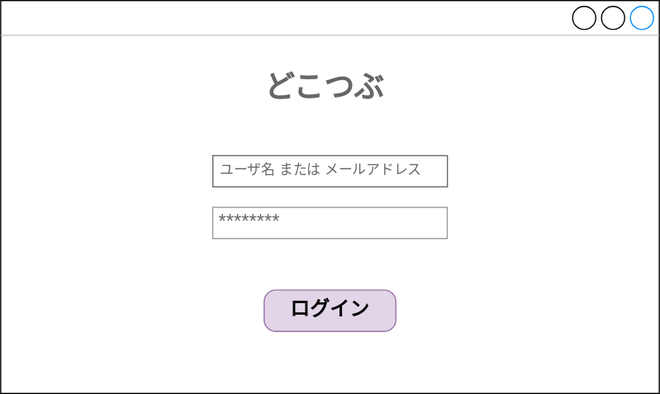
Earlier version of the draw.io export 画面設計.drawio.svg (Masaaki-Kobayashi-kccs/sampleRepo2). Source tidied: cells renumbered, new cells last; positions are measured from the earlier drawing's top-left corner, leaving out a move shared by most shapes.
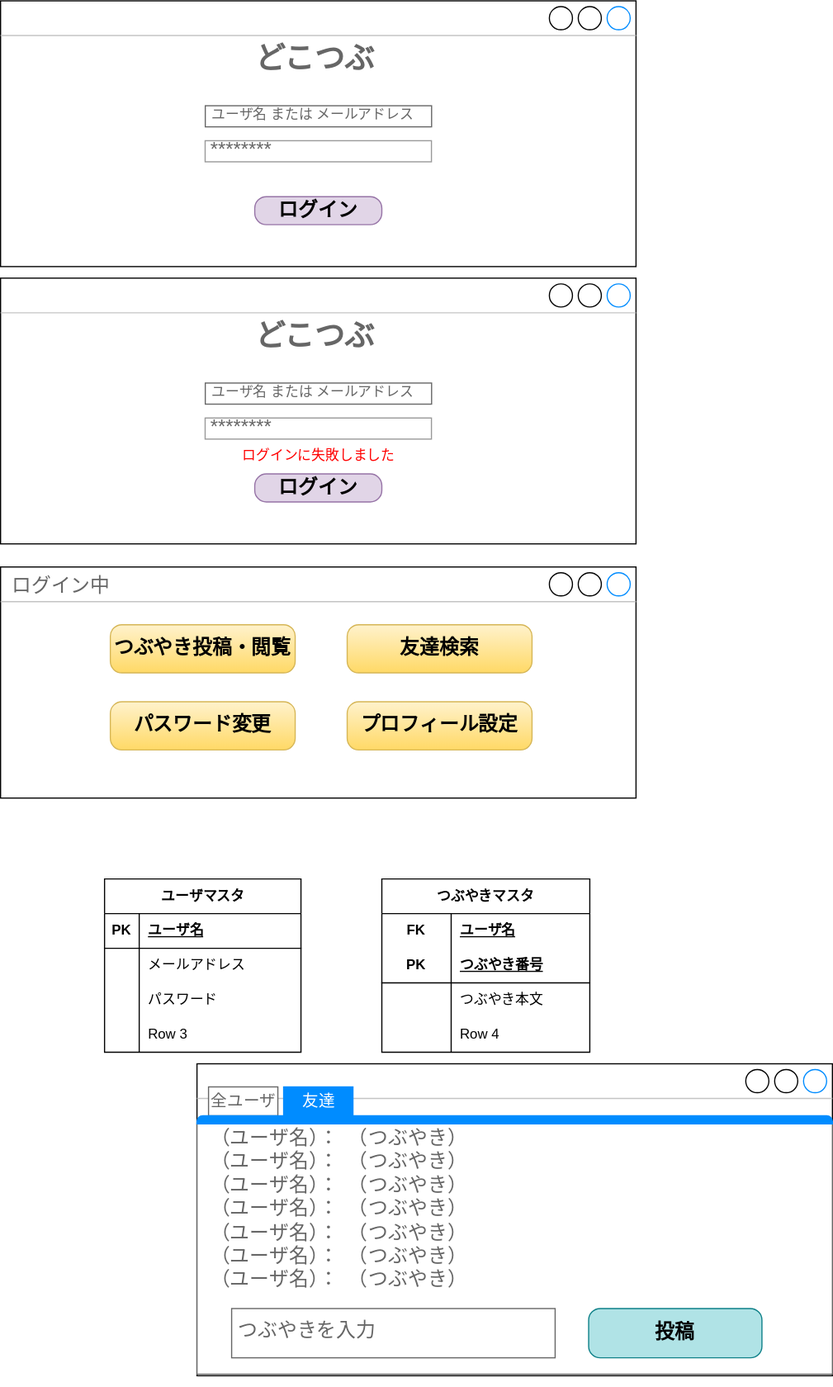
Later version of the same file.

Commit message:
画面設計.drawio.svg を更新します

Diff of the diagram source:
```diff
@@ -3,22 +3,172 @@
     <mxCell id="0" />
     <mxCell id="1" parent="0" />
     <mxCell id="2" style="group;" parent="1" vertex="1">
-      <mxGeometry width="570" height="340" as="geometry" />
+      <mxGeometry width="550" height="230" as="geometry" />
     </mxCell>
     <mxCell id="3" style="strokeWidth=1;shadow=0;dashed=0;align=center;html=1;shape=mxgraph.mockup.containers.window;align=left;verticalAlign=top;spacingLeft=8;strokeColor2=#008cff;strokeColor3=#c4c4c4;fontColor=#666666;mainText=;fontSize=17;labelBackgroundColor=none;whiteSpace=wrap;" parent="2" vertex="1">
-      <mxGeometry width="570" height="340" as="geometry" />
+      <mxGeometry width="550" height="230" as="geometry" />
     </mxCell>
     <mxCell id="4" value="********" style="strokeWidth=1;shadow=0;dashed=0;align=center;html=1;shape=mxgraph.mockup.forms.pwField;strokeColor=#999999;mainText=;align=left;fontColor=#666666;fontSize=17;spacingLeft=3;" parent="2" vertex="1">
-      <mxGeometry x="183.5" y="178.9" width="203" height="27" as="geometry" />
+      <mxGeometry x="177.1" y="121.1" width="195.9" height="18.3" as="geometry" />
     </mxCell>
     <mxCell id="5" value="&lt;font style=&quot;font-size: 12px;&quot;&gt;ユーザ名 または メールアドレス&lt;/font&gt;" style="strokeWidth=1;shadow=0;dashed=0;align=center;html=1;shape=mxgraph.mockup.text.textBox;fontColor=#666666;align=left;fontSize=17;spacingLeft=4;spacingTop=-3;whiteSpace=wrap;strokeColor=#666666;mainText=;" parent="2" vertex="1">
-      <mxGeometry x="183.6" y="134.2" width="203" height="27" as="geometry" />
+      <mxGeometry x="177.2" y="90.8" width="195.9" height="18.3" as="geometry" />
     </mxCell>
     <mxCell id="6" value="ログイン" style="strokeWidth=1;shadow=0;dashed=0;align=center;html=1;shape=mxgraph.mockup.buttons.button;mainText=;buttonStyle=round;fontSize=17;fontStyle=1;whiteSpace=wrap;fillColor=#e1d5e7;strokeColor=#9673a6;" parent="2" vertex="1">
-      <mxGeometry x="228" y="250.5" width="114" height="35.8" as="geometry" />
+      <mxGeometry x="220" y="169.5" width="110" height="24.2" as="geometry" />
     </mxCell>
     <mxCell id="7" value="&lt;b&gt;&lt;font style=&quot;font-size: 26px;&quot;&gt;どこつぶ&lt;/font&gt;&lt;/b&gt;" style="strokeWidth=1;shadow=0;dashed=0;align=right;html=1;shape=mxgraph.mockup.text.textBox;fontColor=#666666;align=left;fontSize=17;spacingLeft=4;spacingTop=-3;whiteSpace=wrap;strokeColor=none;mainText=;flipV=1;flipH=1;direction=east;" parent="2" vertex="1">
-      <mxGeometry x="222.8" y="53.7" width="124.4" height="44.7" as="geometry" />
+      <mxGeometry x="215" y="36.3" width="120" height="30.3" as="geometry" />
     </mxCell>
+    <mxCell id="8" value="ユーザマスタ" style="shape=table;startSize=30;rowLines=0;fontStyle=1;align=center;html=1;" parent="1" vertex="1">
+      <mxGeometry x="90" y="760" width="170" height="150" as="geometry" />
+    </mxCell>
+    <mxCell id="9" style="shape=tableRow;horizontal=0;startSize=0;swimlaneHead=0;swimlaneBody=0;fillColor=none;top=0;left=0;right=0;bottom=1;" parent="8" vertex="1">
+      <mxGeometry y="30" width="170" height="30" as="geometry" />
+    </mxCell>
+    <mxCell id="10" value="PK" style="shape=partialRectangle;fillColor=none;top=0;left=0;bottom=0;right=0;fontStyle=1;overflow=hidden;whiteSpace=wrap;html=1;" parent="9" vertex="1">
+      <mxGeometry width="30" height="30" as="geometry" />
+    </mxCell>
+    <mxCell id="11" value="ユーザ名" style="shape=partialRectangle;fillColor=none;top=0;left=0;bottom=0;right=0;align=left;spacingLeft=6;fontStyle=5;overflow=hidden;whiteSpace=wrap;html=1;" parent="9" vertex="1">
+      <mxGeometry x="30" width="140" height="30" as="geometry" />
+    </mxCell>
+    <mxCell id="12" style="shape=tableRow;horizontal=0;startSize=0;swimlaneHead=0;swimlaneBody=0;fillColor=none;top=0;left=0;right=0;bottom=0;" parent="8" vertex="1">
+      <mxGeometry y="60" width="170" height="30" as="geometry" />
+    </mxCell>
+    <mxCell id="13" style="shape=partialRectangle;fillColor=none;top=0;left=0;bottom=0;right=0;overflow=hidden;whiteSpace=wrap;html=1;" parent="12" vertex="1">
+      <mxGeometry width="30" height="30" as="geometry" />
+    </mxCell>
+    <mxCell id="14" value="メールアドレス" style="shape=partialRectangle;fillColor=none;top=0;left=0;bottom=0;right=0;align=left;spacingLeft=6;overflow=hidden;whiteSpace=wrap;html=1;" parent="12" vertex="1">
+      <mxGeometry x="30" width="140" height="30" as="geometry" />
+    </mxCell>
+    <mxCell id="15" style="shape=tableRow;horizontal=0;startSize=0;swimlaneHead=0;swimlaneBody=0;fillColor=none;top=0;left=0;right=0;bottom=0;" parent="8" vertex="1">
+      <mxGeometry y="90" width="170" height="30" as="geometry" />
+    </mxCell>
+    <mxCell id="16" style="shape=partialRectangle;fillColor=none;top=0;left=0;bottom=0;right=0;overflow=hidden;whiteSpace=wrap;html=1;" parent="15" vertex="1">
+      <mxGeometry width="30" height="30" as="geometry" />
+    </mxCell>
+    <mxCell id="17" value="パスワード" style="shape=partialRectangle;fillColor=none;top=0;left=0;bottom=0;right=0;align=left;spacingLeft=6;overflow=hidden;whiteSpace=wrap;html=1;" parent="15" vertex="1">
+      <mxGeometry x="30" width="140" height="30" as="geometry" />
+    </mxCell>
+    <mxCell id="18" style="shape=tableRow;horizontal=0;startSize=0;swimlaneHead=0;swimlaneBody=0;fillColor=none;top=0;left=0;right=0;bottom=0;" parent="8" vertex="1">
+      <mxGeometry y="120" width="170" height="30" as="geometry" />
+    </mxCell>
+    <mxCell id="19" style="shape=partialRectangle;fillColor=none;top=0;left=0;bottom=0;right=0;overflow=hidden;whiteSpace=wrap;html=1;" parent="18" vertex="1">
+      <mxGeometry width="30" height="30" as="geometry" />
+    </mxCell>
+    <mxCell id="20" value="Row 3" style="shape=partialRectangle;fillColor=none;top=0;left=0;bottom=0;right=0;align=left;spacingLeft=6;overflow=hidden;whiteSpace=wrap;html=1;" parent="18" vertex="1">
+      <mxGeometry x="30" width="140" height="30" as="geometry" />
+    </mxCell>
+    <mxCell id="21" value="つぶやきマスタ" style="shape=table;startSize=30;rowLines=0;fontStyle=1;align=center;html=1;whiteSpace=wrap;" parent="1" vertex="1">
+      <mxGeometry x="330" y="760" width="180" height="150" as="geometry" />
+    </mxCell>
+    <mxCell id="22" style="shape=tableRow;horizontal=0;startSize=0;swimlaneHead=0;swimlaneBody=0;fillColor=none;top=0;left=0;right=0;bottom=0;html=1;" parent="21" vertex="1">
+      <mxGeometry y="30" width="180" height="30" as="geometry" />
+    </mxCell>
+    <mxCell id="23" value="FK" style="shape=partialRectangle;fillColor=none;top=0;left=0;bottom=0;right=0;fontStyle=1;overflow=hidden;html=1;whiteSpace=wrap;" parent="22" vertex="1">
+      <mxGeometry width="60" height="30" as="geometry" />
+    </mxCell>
+    <mxCell id="24" value="ユーザ名" style="shape=partialRectangle;fillColor=none;top=0;left=0;bottom=0;right=0;align=left;spacingLeft=6;fontStyle=5;overflow=hidden;html=1;whiteSpace=wrap;" parent="22" vertex="1">
+      <mxGeometry x="60" width="120" height="30" as="geometry" />
+    </mxCell>
+    <mxCell id="25" style="shape=tableRow;horizontal=0;startSize=0;swimlaneHead=0;swimlaneBody=0;fillColor=none;top=0;left=0;right=0;bottom=1;html=1;" parent="21" vertex="1">
+      <mxGeometry y="60" width="180" height="30" as="geometry" />
+    </mxCell>
+    <mxCell id="26" value="PK" style="shape=partialRectangle;fillColor=none;top=0;left=0;bottom=0;right=0;fontStyle=1;overflow=hidden;html=1;whiteSpace=wrap;" parent="25" vertex="1">
+      <mxGeometry width="60" height="30" as="geometry" />
+    </mxCell>
+    <mxCell id="27" value="つぶやき番号" style="shape=partialRectangle;fillColor=none;top=0;left=0;bottom=0;right=0;align=left;spacingLeft=6;fontStyle=5;overflow=hidden;html=1;whiteSpace=wrap;" parent="25" vertex="1">
+      <mxGeometry x="60" width="120" height="30" as="geometry" />
+    </mxCell>
+    <mxCell id="28" style="shape=tableRow;horizontal=0;startSize=0;swimlaneHead=0;swimlaneBody=0;fillColor=none;top=0;left=0;right=0;bottom=0;html=1;" parent="21" vertex="1">
+      <mxGeometry y="90" width="180" height="30" as="geometry" />
+    </mxCell>
+    <mxCell id="29" style="shape=partialRectangle;fillColor=none;top=0;left=0;bottom=0;right=0;overflow=hidden;html=1;whiteSpace=wrap;" parent="28" vertex="1">
+      <mxGeometry width="60" height="30" as="geometry" />
+    </mxCell>
+    <mxCell id="30" value="つぶやき本文" style="shape=partialRectangle;fillColor=none;top=0;left=0;bottom=0;right=0;align=left;spacingLeft=6;overflow=hidden;html=1;whiteSpace=wrap;" parent="28" vertex="1">
+      <mxGeometry x="60" width="120" height="30" as="geometry" />
+    </mxCell>
+    <mxCell id="31" style="shape=tableRow;horizontal=0;startSize=0;swimlaneHead=0;swimlaneBody=0;fillColor=none;top=0;left=0;right=0;bottom=0;html=1;" parent="21" vertex="1">
+      <mxGeometry y="120" width="180" height="30" as="geometry" />
+    </mxCell>
+    <mxCell id="32" style="shape=partialRectangle;fillColor=none;top=0;left=0;bottom=0;right=0;overflow=hidden;html=1;whiteSpace=wrap;" parent="31" vertex="1">
+      <mxGeometry width="60" height="30" as="geometry" />
+    </mxCell>
+    <mxCell id="33" value="Row 4" style="shape=partialRectangle;fillColor=none;top=0;left=0;bottom=0;right=0;align=left;spacingLeft=6;overflow=hidden;html=1;whiteSpace=wrap;" parent="31" vertex="1">
+      <mxGeometry x="60" width="120" height="30" as="geometry" />
+    </mxCell>
+    <mxCell id="34" style="group;" parent="1" vertex="1">
+      <mxGeometry x="170" y="920" width="550" height="270" as="geometry" />
+    </mxCell>
+    <mxCell id="35" style="strokeWidth=1;shadow=0;dashed=0;align=center;html=1;shape=mxgraph.mockup.containers.window;align=left;verticalAlign=top;spacingLeft=8;strokeColor2=#008cff;strokeColor3=#c4c4c4;fontColor=#666666;mainText=;fontSize=17;labelBackgroundColor=none;whiteSpace=wrap;" parent="34" vertex="1">
+      <mxGeometry width="550" height="270" as="geometry" />
+    </mxCell>
+    <mxCell id="36" style="strokeWidth=1;shadow=0;dashed=0;align=center;html=1;shape=mxgraph.mockup.containers.marginRect2;rectMarginTop=32;strokeColor=#666666;gradientColor=none;whiteSpace=wrap;" parent="34" vertex="1">
+      <mxGeometry y="20" width="550" height="248.7" as="geometry" />
+    </mxCell>
+    <mxCell id="37" value="&lt;font style=&quot;font-size: 14px;&quot;&gt;全ユーザ&lt;/font&gt;" style="strokeColor=inherit;fillColor=inherit;gradientColor=inherit;strokeWidth=1;shadow=0;dashed=0;align=center;html=1;shape=mxgraph.mockup.containers.rrect;rSize=0;fontSize=17;fontColor=#666666;gradientColor=none;" parent="36" vertex="1">
+      <mxGeometry width="60" height="25" relative="1" as="geometry">
+        <mxPoint x="10" as="offset" />
+      </mxGeometry>
+    </mxCell>
+    <mxCell id="38" value="&lt;font style=&quot;font-size: 14px;&quot;&gt;友達&lt;/font&gt;" style="strokeWidth=1;shadow=0;dashed=0;align=center;html=1;shape=mxgraph.mockup.containers.rrect;rSize=0;fontSize=17;fontColor=#ffffff;strokeColor=#008cff;fillColor=#008cff;" parent="36" vertex="1">
+      <mxGeometry width="60" height="25" relative="1" as="geometry">
+        <mxPoint x="75" as="offset" />
+      </mxGeometry>
+    </mxCell>
+    <mxCell id="39" style="strokeWidth=1;shadow=0;dashed=0;align=center;html=1;shape=mxgraph.mockup.containers.topButton;rSize=5;strokeColor=#008cff;fillColor=#008cff;gradientColor=none;" parent="36" vertex="1">
+      <mxGeometry width="550" height="7" relative="1" as="geometry">
+        <mxPoint y="25" as="offset" />
+      </mxGeometry>
+    </mxCell>
+    <mxCell id="40" value="（ユーザ名）：　（つぶやき）&lt;div&gt;（ユーザ名）：　&lt;span style=&quot;background-color: initial;&quot;&gt;（つぶやき）&lt;/span&gt;&lt;/div&gt;&lt;div&gt;（ユーザ名）：　&lt;span style=&quot;background-color: initial;&quot;&gt;（つぶやき）&lt;/span&gt;&lt;/div&gt;&lt;div&gt;&lt;span style=&quot;background-color: initial;&quot;&gt;（ユーザ名）：　&lt;/span&gt;&lt;span style=&quot;background-color: initial;&quot;&gt;（つぶやき）&lt;/span&gt;&lt;/div&gt;&lt;div&gt;（ユーザ名）：　&lt;span style=&quot;background-color: initial;&quot;&gt;（つぶやき）&lt;/span&gt;&lt;/div&gt;&lt;div&gt;（ユーザ名）：　&lt;span style=&quot;background-color: initial;&quot;&gt;（つぶやき）&lt;/span&gt;&lt;/div&gt;&lt;div&gt;（ユーザ名）：　&lt;span style=&quot;background-color: initial;&quot;&gt;（つぶやき）&lt;/span&gt;&lt;/div&gt;&lt;div&gt;&lt;br&gt;&lt;/div&gt;&lt;div&gt;&lt;div&gt;&lt;br&gt;&lt;div&gt;&lt;br&gt;&lt;/div&gt;&lt;div&gt;&lt;br&gt;&lt;/div&gt;&lt;/div&gt;&lt;/div&gt;" style="strokeWidth=1;shadow=0;dashed=0;align=center;html=1;shape=mxgraph.mockup.text.bulletedList;textColor=#666666;mainText=,,,,;textSize=17;bulletStyle=none;strokeColor=none;fillColor=none;align=left;verticalAlign=top;fontSize=17;fontColor=#666666;" parent="36" vertex="1">
+      <mxGeometry x="10" y="28.4" width="530" height="213.2" as="geometry" />
+    </mxCell>
+    <mxCell id="41" value="つぶやきを入力" style="strokeWidth=1;shadow=0;dashed=0;align=center;html=1;shape=mxgraph.mockup.text.textBox;fontColor=#666666;align=left;fontSize=17;spacingLeft=4;spacingTop=-3;whiteSpace=wrap;strokeColor=#666666;mainText=;" parent="36" vertex="1">
+      <mxGeometry x="30" y="191.8" width="280" height="42.6" as="geometry" />
+    </mxCell>
+    <mxCell id="42" value="投稿" style="strokeWidth=1;shadow=0;dashed=0;align=center;html=1;shape=mxgraph.mockup.buttons.button;mainText=;buttonStyle=round;fontSize=17;fontStyle=1;fillColor=#b0e3e6;whiteSpace=wrap;strokeColor=#0e8088;" parent="36" vertex="1">
+      <mxGeometry x="339" y="191.8" width="150" height="42.6" as="geometry" />
+    </mxCell>
+    <mxCell id="43" style="group;" parent="1" vertex="1">
+      <mxGeometry y="240" width="550" height="230" as="geometry" />
+    </mxCell>
+    <mxCell id="44" style="strokeWidth=1;shadow=0;dashed=0;align=center;html=1;shape=mxgraph.mockup.containers.window;align=left;verticalAlign=top;spacingLeft=8;strokeColor2=#008cff;strokeColor3=#c4c4c4;fontColor=#666666;mainText=;fontSize=17;labelBackgroundColor=none;whiteSpace=wrap;" parent="43" vertex="1">
+      <mxGeometry width="550" height="230" as="geometry" />
+    </mxCell>
+    <mxCell id="45" value="********" style="strokeWidth=1;shadow=0;dashed=0;align=center;html=1;shape=mxgraph.mockup.forms.pwField;strokeColor=#999999;mainText=;align=left;fontColor=#666666;fontSize=17;spacingLeft=3;" parent="43" vertex="1">
+      <mxGeometry x="177.1" y="121.1" width="195.9" height="18.3" as="geometry" />
+    </mxCell>
+    <mxCell id="46" value="&lt;font style=&quot;font-size: 12px;&quot;&gt;ユーザ名 または メールアドレス&lt;/font&gt;" style="strokeWidth=1;shadow=0;dashed=0;align=center;html=1;shape=mxgraph.mockup.text.textBox;fontColor=#666666;align=left;fontSize=17;spacingLeft=4;spacingTop=-3;whiteSpace=wrap;strokeColor=#666666;mainText=;" parent="43" vertex="1">
+      <mxGeometry x="177.2" y="90.8" width="195.9" height="18.3" as="geometry" />
+    </mxCell>
+    <mxCell id="47" value="ログイン" style="strokeWidth=1;shadow=0;dashed=0;align=center;html=1;shape=mxgraph.mockup.buttons.button;mainText=;buttonStyle=round;fontSize=17;fontStyle=1;whiteSpace=wrap;fillColor=#e1d5e7;strokeColor=#9673a6;" parent="43" vertex="1">
+      <mxGeometry x="220" y="169.5" width="110" height="24.2" as="geometry" />
+    </mxCell>
+    <mxCell id="48" value="&lt;b&gt;&lt;font style=&quot;font-size: 26px;&quot;&gt;どこつぶ&lt;/font&gt;&lt;/b&gt;" style="strokeWidth=1;shadow=0;dashed=0;align=right;html=1;shape=mxgraph.mockup.text.textBox;fontColor=#666666;align=left;fontSize=17;spacingLeft=4;spacingTop=-3;whiteSpace=wrap;strokeColor=none;mainText=;flipV=1;flipH=1;direction=east;" parent="43" vertex="1">
+      <mxGeometry x="215" y="36.3" width="120" height="30.3" as="geometry" />
+    </mxCell>
+    <mxCell id="49" value="&lt;font color=&quot;#ff0000&quot;&gt;ログインに失敗しました&lt;/font&gt;" style="text;html=1;align=center;verticalAlign=middle;strokeColor=none;fillColor=none;" parent="43" vertex="1">
+      <mxGeometry x="195" y="139.5" width="160" height="30" as="geometry" />
+    </mxCell>
+    <mxCell id="50" style="group;" parent="1" vertex="1">
+      <mxGeometry y="490" width="550" height="200" as="geometry" />
+    </mxCell>
+    <mxCell id="51" value="ログイン中" style="strokeWidth=1;shadow=0;dashed=0;align=center;html=1;shape=mxgraph.mockup.containers.window;align=left;verticalAlign=top;spacingLeft=8;strokeColor2=#008cff;strokeColor3=#c4c4c4;fontColor=#666666;mainText=;fontSize=17;labelBackgroundColor=none;whiteSpace=wrap;" parent="50" vertex="1">
+      <mxGeometry width="550" height="200" as="geometry" />
+    </mxCell>
+    <mxCell id="52" value="つぶやき投稿・閲覧" style="strokeWidth=1;shadow=0;dashed=0;align=center;html=1;shape=mxgraph.mockup.buttons.button;strokeColor=#d6b656;mainText=;buttonStyle=round;fontSize=17;fontStyle=1;fillColor=#fff2cc;whiteSpace=wrap;gradientColor=#ffd966;" parent="50" vertex="1">
+      <mxGeometry x="95" y="50" width="160" height="41.7" as="geometry" />
+    </mxCell>
+    <mxCell id="53" value="パスワード変更" style="strokeWidth=1;shadow=0;dashed=0;align=center;html=1;shape=mxgraph.mockup.buttons.button;strokeColor=#d6b656;mainText=;buttonStyle=round;fontSize=17;fontStyle=1;fillColor=#fff2cc;whiteSpace=wrap;gradientColor=#ffd966;" parent="50" vertex="1">
+      <mxGeometry x="95" y="116.7" width="160" height="41.7" as="geometry" />
+    </mxCell>
+    <mxCell id="54" value="友達検索" style="strokeWidth=1;shadow=0;dashed=0;align=center;html=1;shape=mxgraph.mockup.buttons.button;strokeColor=#d6b656;mainText=;buttonStyle=round;fontSize=17;fontStyle=1;fillColor=#fff2cc;whiteSpace=wrap;gradientColor=#ffd966;" parent="50" vertex="1">
+      <mxGeometry x="300" y="50" width="160" height="41.7" as="geometry" />
+    </mxCell>
+    <mxCell id="55" value="プロフィール設定" style="strokeWidth=1;shadow=0;dashed=0;align=center;html=1;shape=mxgraph.mockup.buttons.button;strokeColor=#d6b656;mainText=;buttonStyle=round;fontSize=17;fontStyle=1;fillColor=#fff2cc;whiteSpace=wrap;gradientColor=#ffd966;" parent="50" vertex="1">
+      <mxGeometry x="300" y="116.7" width="160" height="41.7" as="geometry" />
+    </mxCell>
   </root>
 </mxGraphModel>
```
